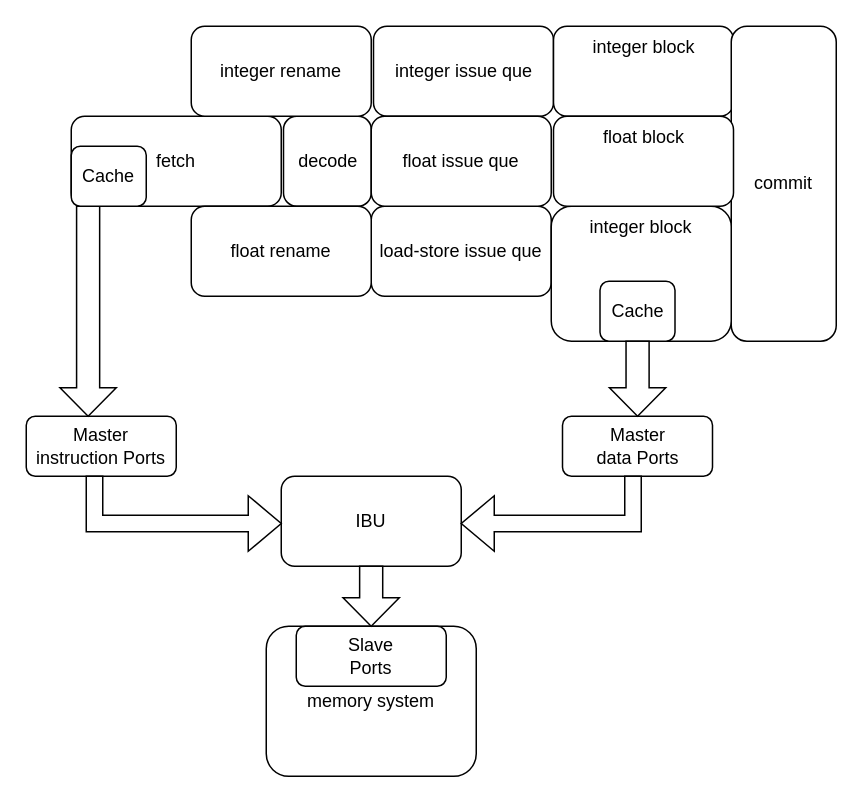
Before: aura-arch.drawio in tastynoob/aura-sim, a draw.io diagram. Source tidied: cells renumbered, new cells numbered last; positions are measured from the earlier drawing's top-left corner, leaving out a move shared by most shapes. Both pictures are drawn from the tidied source at 150%, with x=0, y=0 at pixel (26, 26).
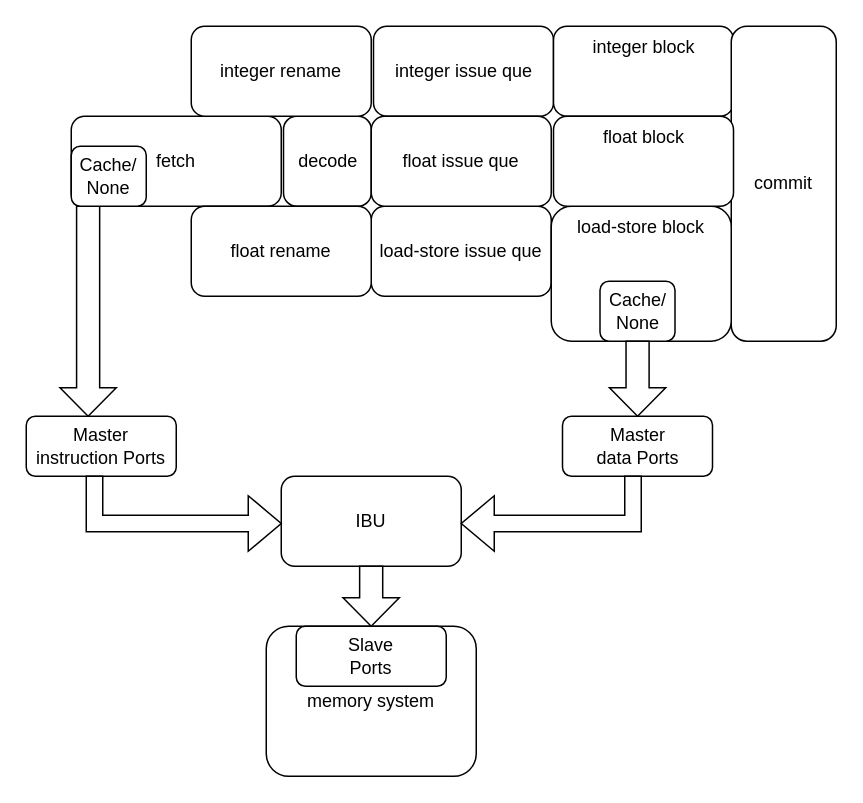
The same diagram, later.

Diff of the diagram source:
```diff
@@
-    <mxCell id="13" value="&lt;div style=&quot;font-size: 12px&quot;&gt;integer block&lt;/div&gt;" style="rounded=1;whiteSpace=wrap;html=1;align=center;fontSize=12;labelPosition=center;verticalLabelPosition=middle;verticalAlign=top;" parent="1" vertex="1">
+    <mxCell id="13" value="&lt;div style=&quot;font-size: 12px&quot;&gt;load-store block&lt;/div&gt;" style="rounded=1;whiteSpace=wrap;html=1;align=center;fontSize=12;labelPosition=center;verticalLabelPosition=middle;verticalAlign=top;" parent="1" vertex="1">
       <mxGeometry x="350" y="120" width="120" height="90" as="geometry" />
     </mxCell>
@@
-    <mxCell id="18" value="Cache" style="rounded=1;whiteSpace=wrap;html=1;" parent="1" vertex="1">
+    <mxCell id="18" value="Cache/&lt;br&gt;None" style="rounded=1;whiteSpace=wrap;html=1;" parent="1" vertex="1">
       <mxGeometry x="30" y="80" width="50" height="40" as="geometry" />
     </mxCell>
-    <mxCell id="19" value="Cache" style="rounded=1;whiteSpace=wrap;html=1;" parent="1" vertex="1">
+    <mxCell id="19" value="Cache/&lt;br&gt;None" style="rounded=1;whiteSpace=wrap;html=1;" parent="1" vertex="1">
       <mxGeometry x="382.5" y="170" width="50" height="40" as="geometry" />
     </mxCell>
```
